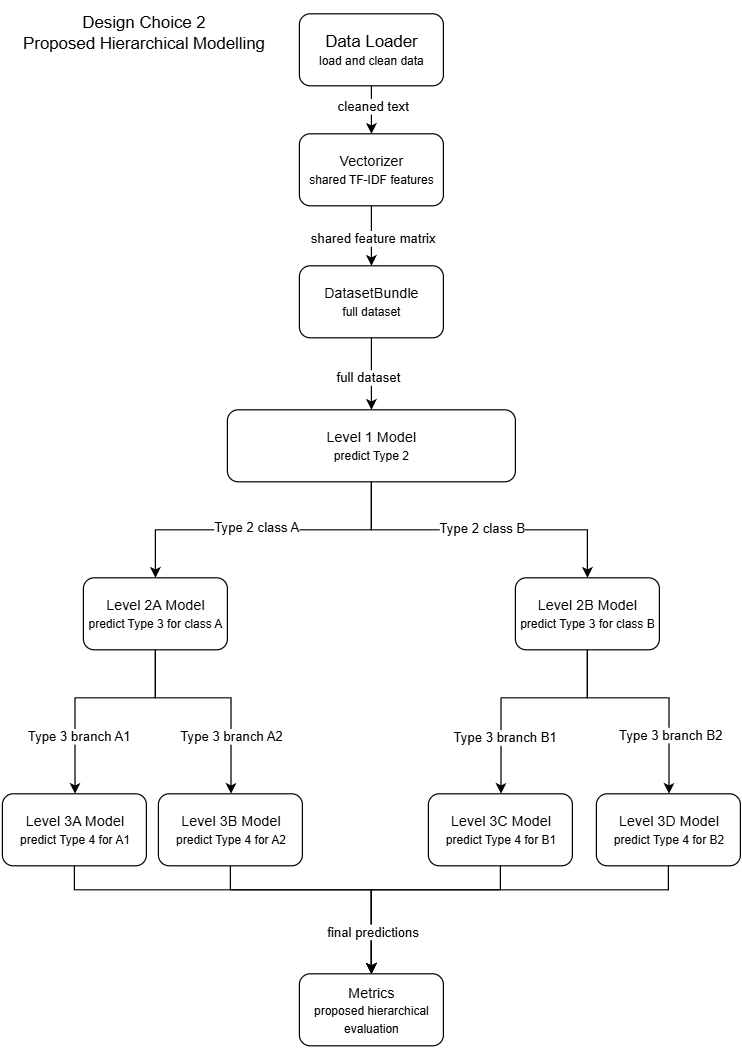
The draw.io diagram docs/Design Choice 2.png in Dylanjb96/E-E-AI-CA, before a commit. Source tidied: cells renumbered, new cells last; positions are measured from the earlier drawing's top-left corner, leaving out a move shared by most shapes.
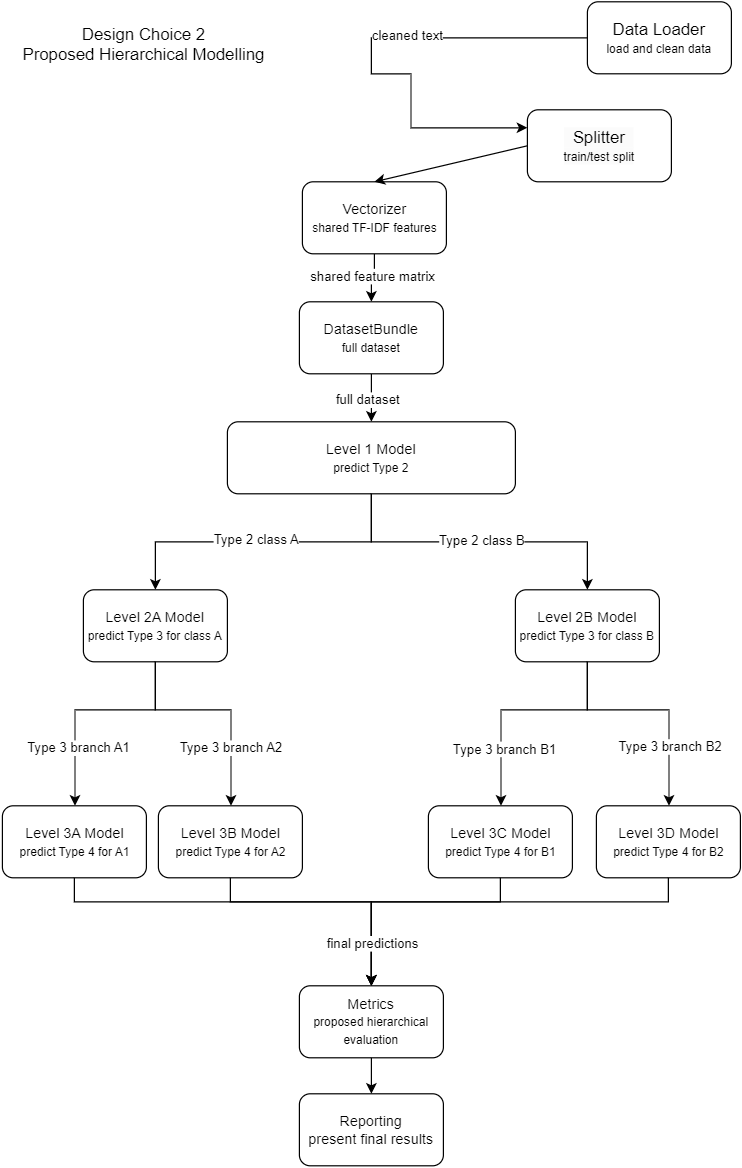
Above is the later version.

Commit message:
updated Design Choice 2

Diff of the diagram source:
```diff
@@ -2,16 +2,23 @@
   <root>
     <mxCell id="0" />
     <mxCell id="1" parent="0" />
-    <mxCell id="2" style="edgeStyle=orthogonalEdgeStyle;rounded=0;jettySize=auto;html=1;" parent="1" edge="1" source="4" target="7">
-      <mxGeometry relative="1" as="geometry" />
-    </mxCell>
+    <mxCell id="37" style="edgeStyle=orthogonalEdgeStyle;rounded=0;jettySize=auto;html=1;entryX=0;entryY=0.25;entryDx=0;entryDy=0;exitX=0;exitY=0.5;exitDx=0;exitDy=0;" parent="1" edge="1" source="4" target="38">
+      <mxGeometry relative="1" as="geometry">
+        <Array as="points">
+          <mxPoint x="308" y="20" />
+          <mxPoint x="308" y="50" />
+          <mxPoint x="341" y="50" />
+          <mxPoint x="341" y="95" />
+        </Array>
+      </mxGeometry>
+    </mxCell>
-    <mxCell id="3" value="cleaned text" style="edgeLabel;html=1;align=center;verticalAlign=middle;" parent="2" vertex="1">
+    <mxCell id="3" value="cleaned text" style="edgeLabel;html=1;align=center;verticalAlign=middle;" parent="37" vertex="1">
       <mxGeometry x="-0.2" y="-3" relative="1" as="geometry">
         <mxPoint x="3" as="offset" />
       </mxGeometry>
     </mxCell>
     <mxCell id="4" value="&lt;font style=&quot;font-size: 14px;&quot;&gt;Data Loader&lt;/font&gt;&lt;div&gt;&lt;font size=&quot;1&quot;&gt;load and clean data&lt;/font&gt;&lt;/div&gt;" style="rounded=1;whiteSpace=wrap;html=1;" parent="1" vertex="1">
-      <mxGeometry x="248" y="10" width="120" height="60" as="geometry" />
+      <mxGeometry x="488" y="-10" width="120" height="60" as="geometry" />
     </mxCell>
     <mxCell id="5" style="edgeStyle=orthogonalEdgeStyle;rounded=0;jettySize=auto;html=1;" parent="1" edge="1" source="7" target="10">
       <mxGeometry relative="1" as="geometry" />
@@ -22,7 +29,7 @@
       </mxGeometry>
     </mxCell>
     <mxCell id="7" value="&lt;div&gt;Vectorizer&lt;/div&gt;&lt;div&gt;&lt;font size=&quot;1&quot;&gt;shared TF-IDF features&lt;/font&gt;&lt;/div&gt;" style="whiteSpace=wrap;html=1;rounded=1;" parent="1" vertex="1">
-      <mxGeometry x="248" y="110" width="120" height="60" as="geometry" />
+      <mxGeometry x="250.5" y="140" width="120" height="60" as="geometry" />
     </mxCell>
     <mxCell id="8" style="edgeStyle=orthogonalEdgeStyle;rounded=0;jettySize=auto;html=1;" parent="1" edge="1" source="10" target="15">
       <mxGeometry relative="1" as="geometry" />
@@ -31,7 +38,7 @@
       <mxGeometry x="0.07" y="-4" relative="1" as="geometry" />
     </mxCell>
     <mxCell id="10" value="&lt;div&gt;DatasetBundle&lt;/div&gt;&lt;div&gt;&lt;font size=&quot;1&quot;&gt;full dataset&lt;/font&gt;&lt;/div&gt;" style="whiteSpace=wrap;html=1;rounded=1;" parent="1" vertex="1">
-      <mxGeometry x="248" y="220" width="120" height="60" as="geometry" />
+      <mxGeometry x="248" y="240" width="120" height="60" as="geometry" />
     </mxCell>
     <mxCell id="11" style="edgeStyle=orthogonalEdgeStyle;rounded=0;jettySize=auto;html=1;" parent="1" edge="1" source="15" target="20">
       <mxGeometry relative="1" as="geometry" />
@@ -155,5 +162,17 @@
     <mxCell id="36" value="&lt;div&gt;&lt;span style=&quot;background-color: transparent; color: light-dark(rgb(0, 0, 0), rgb(255, 255, 255));&quot;&gt;Metrics&lt;/span&gt;&lt;/div&gt;&lt;div&gt;&lt;span style=&quot;background-color: transparent; color: light-dark(rgb(0, 0, 0), rgb(255, 255, 255));&quot;&gt;&lt;font style=&quot;font-size: 10px;&quot;&gt;proposed hierarchical evaluation&lt;/font&gt;&lt;/span&gt;&lt;/div&gt;" style="whiteSpace=wrap;html=1;rounded=1;" parent="1" vertex="1">
       <mxGeometry x="248" y="810" width="120" height="60" as="geometry" />
     </mxCell>
+    <mxCell id="38" value="&lt;div style=&quot;background-color: rgb(251, 251, 251);&quot;&gt;&lt;span style=&quot;font-size: 14px;&quot;&gt;Splitter&lt;/span&gt;&lt;/div&gt;&lt;div style=&quot;background-color: rgb(251, 251, 251);&quot;&gt;&lt;span style=&quot;font-size: 10px;&quot;&gt;train/test split&lt;/span&gt;&lt;/div&gt;" style="whiteSpace=wrap;html=1;rounded=1;" parent="1" vertex="1">
+      <mxGeometry x="438" y="80" width="120" height="60" as="geometry" />
+    </mxCell>
+    <mxCell id="39" style="endArrow=classic;html=1;rounded=0;exitX=0;exitY=0.5;exitDx=0;exitDy=0;curved=0;entryX=0.5;entryY=0;entryDx=0;entryDy=0;" parent="1" edge="1" source="38" target="7">
+      <mxGeometry relative="1" as="geometry" />
+    </mxCell>
+    <mxCell id="40" value="&lt;div&gt;Reporting&lt;/div&gt;&lt;div&gt;present final results&lt;/div&gt;" style="whiteSpace=wrap;html=1;rounded=1;" parent="1" vertex="1">
+      <mxGeometry x="248" y="900" width="120" height="60" as="geometry" />
+    </mxCell>
+    <mxCell id="41" style="endArrow=classic;html=1;rounded=0;exitX=0.5;exitY=1;exitDx=0;exitDy=0;entryX=0.5;entryY=0;entryDx=0;entryDy=0;" parent="1" edge="1" source="36" target="40">
+      <mxGeometry relative="1" as="geometry" />
+    </mxCell>
   </root>
 </mxGraphModel>
```
